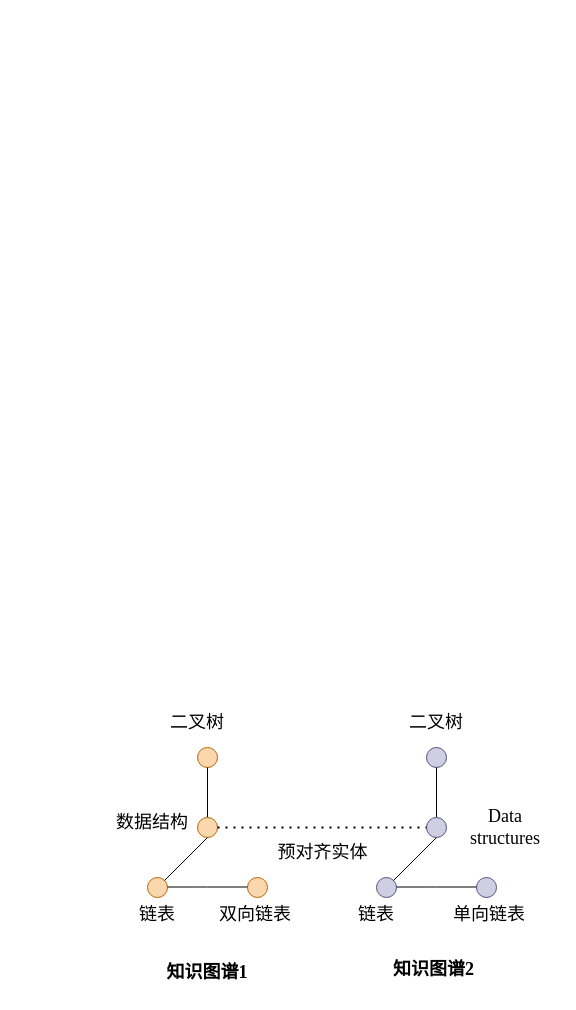
Earlier version of the draw.io diagram page "第 1 页" (1 of 2) of src/deepke/未命名绘图.drawio (yjq12/DeepKE). Source tidied: cells renumbered, new cells numbered last; positions are measured from the earlier drawing's top-left corner, leaving out a move shared by most shapes. Both pictures are drawn from the tidied source at 100%, with x=0, y=0 at pixel (107, 707).
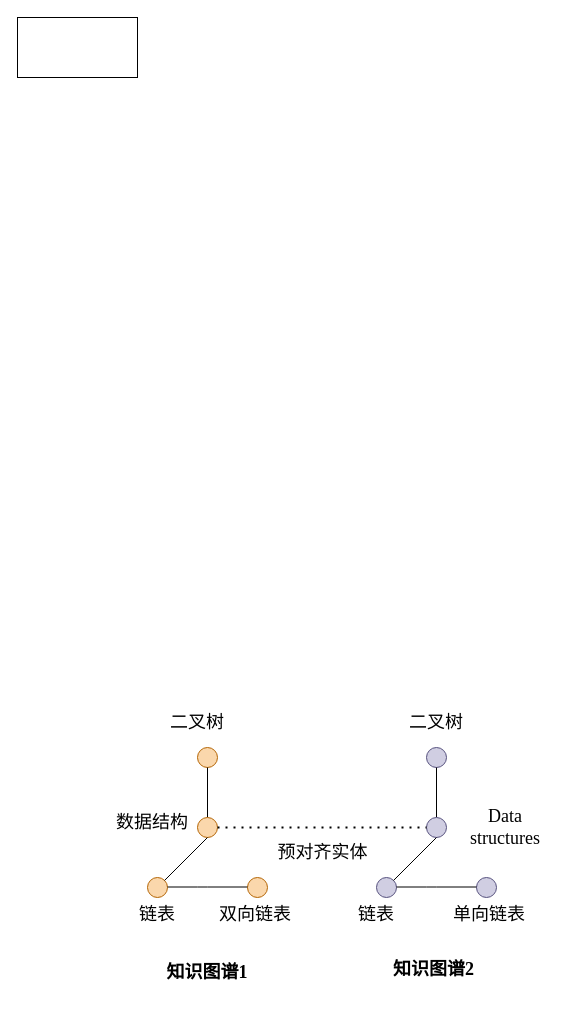
Above is the later version.

Commit message:
更新未命名绘图.drawio

Change to the diagram source:
```diff
@@
+    <mxCell id="29" style="rounded=0;whiteSpace=wrap;html=1;" parent="1" vertex="1">
+      <mxGeometry x="-90" y="-690" width="120" height="60" as="geometry" />
+    </mxCell>
```
